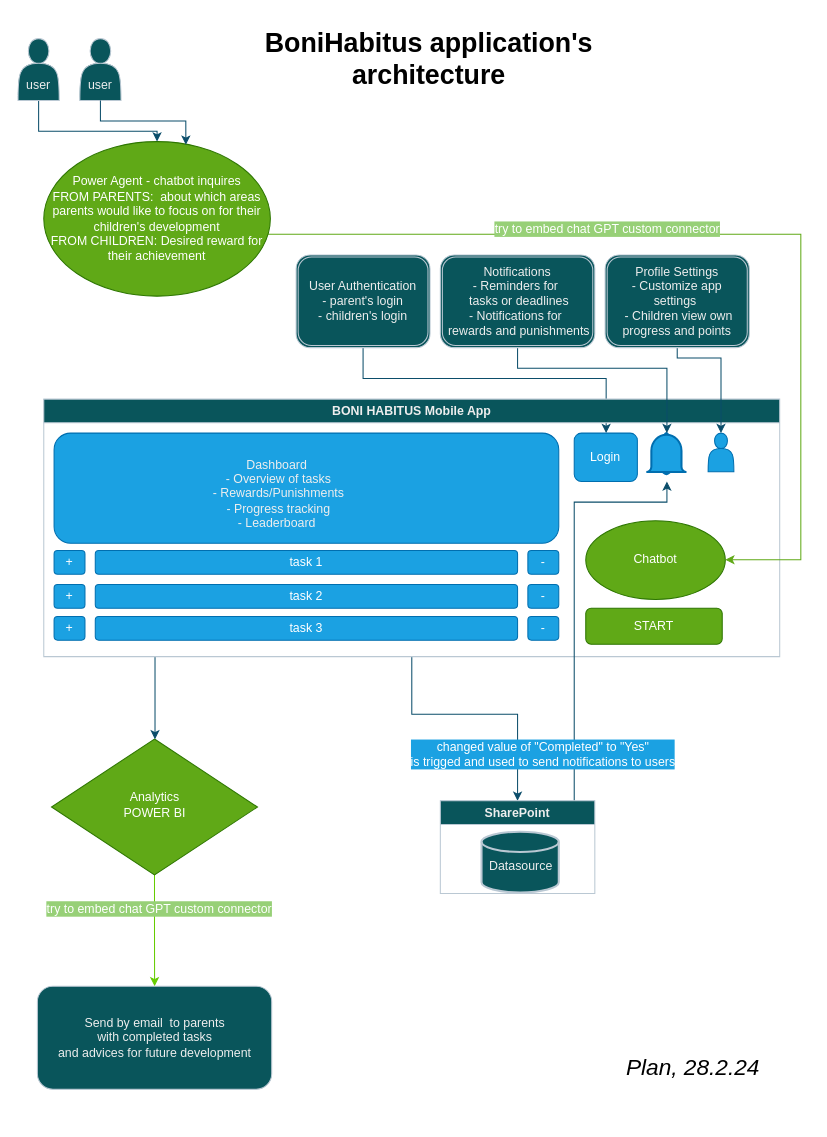
This is Untitled Diagram.drawio from Rudakop/BoniHabitusApp, a draw.io file, before an edit. Source tidied: cells renumbered, new cells numbered last; positions are measured from the earlier drawing's top-left corner, leaving out a move shared by most shapes. Both pictures are drawn from the tidied source at 103%, with x=0, y=0 at pixel (18, 18).
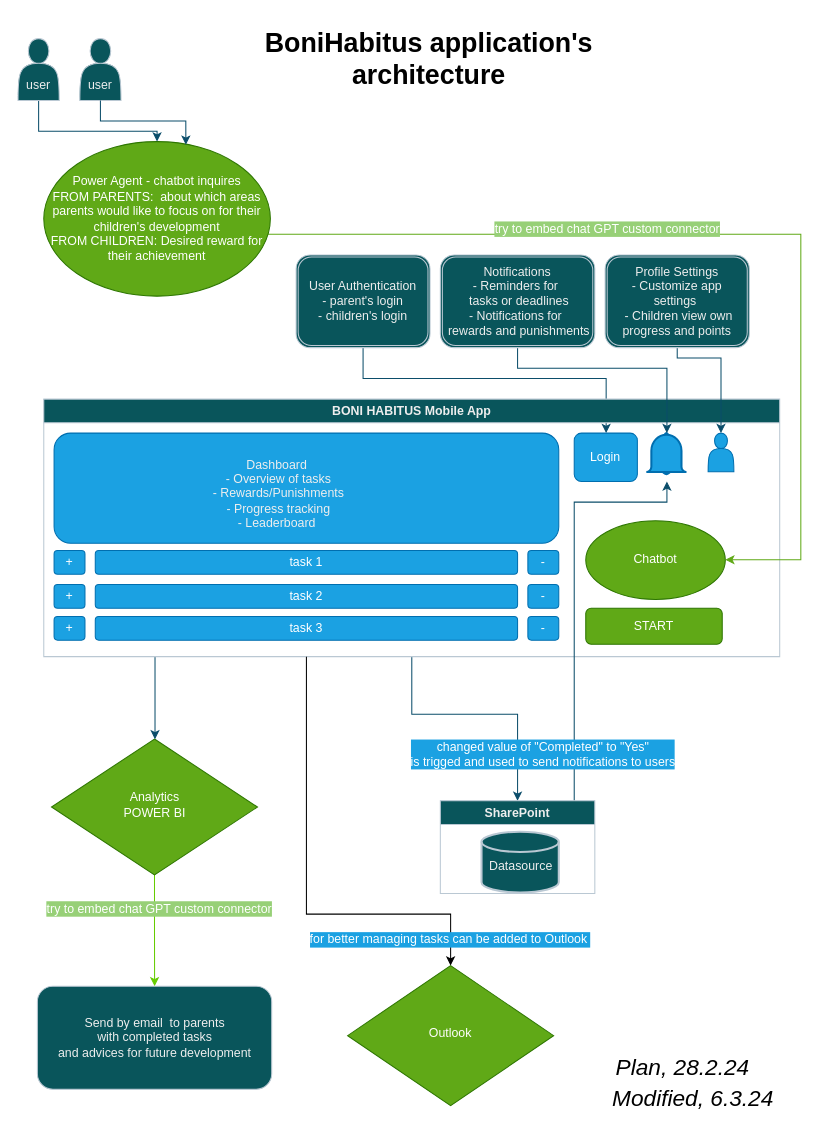
The same page after the edit.

Change to the diagram source:
```diff
@@
+    <mxCell id="45" style="edgeStyle=orthogonalEdgeStyle;rounded=0;jettySize=auto;html=1;" parent="1" edge="1" target="47">
+      <mxGeometry relative="1" as="geometry">
+        <mxPoint x="280" y="620" as="sourcePoint" />
+        <Array as="points">
+          <mxPoint x="280" y="870" />
+          <mxPoint x="420" y="870" />
+        </Array>
+      </mxGeometry>
+    </mxCell>
@@
     <mxCell id="40" value="&lt;font style=&quot;&quot; size=&quot;1&quot;&gt;&lt;i style=&quot;font-size: 22px;&quot;&gt;Plan, 28.2.24&lt;/i&gt;&lt;/font&gt;" style="text;html=1;align=center;verticalAlign=middle;strokeColor=none;fillColor=none;labelBackgroundColor=none;fontColor=#000000;" parent="1" vertex="1">
-      <mxGeometry x="580" y="1000" width="150" height="40" as="geometry" />
+      <mxGeometry x="570" y="1000" width="150" height="40" as="geometry" />
     </mxCell>
@@
+    <mxCell id="46" value="&lt;span style=&quot;color: rgb(255, 255, 255);&quot;&gt;for better managing&amp;nbsp;&lt;/span&gt;&lt;font color=&quot;#ffffff&quot;&gt;tasks can be added to Outlook&amp;nbsp;&lt;/font&gt;" style="text;html=1;align=center;verticalAlign=middle;whiteSpace=wrap;rounded=0;fontColor=#33001A;labelBackgroundColor=#1BA1E2;" parent="1" vertex="1">
+      <mxGeometry x="230" y="880" width="380" height="30" as="geometry" />
+    </mxCell>
+    <mxCell id="47" value="Outlook" style="rhombus;whiteSpace=wrap;html=1;shadow=0;fontFamily=Helvetica;fontSize=12;align=center;strokeWidth=1;spacing=6;spacingTop=-4;labelBackgroundColor=none;fillColor=#60a917;strokeColor=#2D7600;fontColor=#ffffff;" parent="1" vertex="1">
+      <mxGeometry x="320" y="920" width="200" height="136" as="geometry" />
+    </mxCell>
+    <mxCell id="48" value="&lt;font style=&quot;&quot; size=&quot;1&quot;&gt;&lt;i style=&quot;font-size: 22px;&quot;&gt;Modified, 6.3.24&lt;/i&gt;&lt;/font&gt;" style="text;html=1;align=center;verticalAlign=middle;strokeColor=none;fillColor=none;labelBackgroundColor=none;fontColor=#000000;" parent="1" vertex="1">
+      <mxGeometry x="565" y="1030" width="180" height="40" as="geometry" />
+    </mxCell>
```
